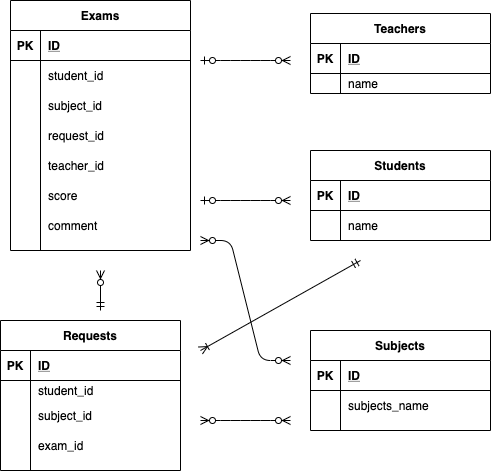
Earlier version of the draw.io export index.drawio.png (nakamura-jin/diagram). Source tidied: cells renumbered, new cells last; positions are measured from the earlier drawing's top-left corner, leaving out a move shared by most shapes.
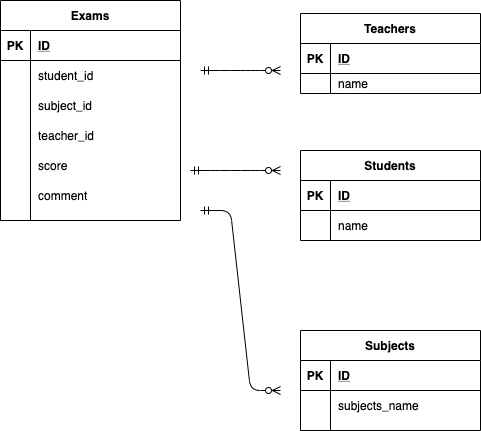
Later version of the same file.

Change to the diagram source:
```diff
@@ -65,47 +65,8 @@
     <mxCell id="22" value="subjects_name" style="shape=partialRectangle;fillColor=none;top=0;left=0;bottom=0;right=0;align=left;spacingLeft=6;overflow=hidden;" parent="20" vertex="1">
       <mxGeometry x="30" width="150" height="30" as="geometry" />
     </mxCell>
-    <mxCell id="23" value="Requests" style="shape=table;startSize=30;rowLines=0;fontStyle=1;align=center;" parent="1" vertex="1">
-      <mxGeometry y="320" width="180" height="150" as="geometry" />
-    </mxCell>
-    <mxCell id="24" style="shape=partialRectangle;fillColor=none;top=0;left=0;bottom=1;right=0;" parent="23" vertex="1">
-      <mxGeometry y="30" width="180" height="30" as="geometry" />
-    </mxCell>
-    <mxCell id="25" value="PK" style="shape=partialRectangle;fillColor=none;top=0;left=0;bottom=0;right=0;fontStyle=1;overflow=hidden;" parent="24" vertex="1">
-      <mxGeometry width="30" height="30" as="geometry" />
-    </mxCell>
-    <mxCell id="26" value="ID" style="shape=partialRectangle;fillColor=none;top=0;left=0;bottom=0;right=0;align=left;spacingLeft=6;fontStyle=5;overflow=hidden;" parent="24" vertex="1">
-      <mxGeometry x="30" width="150" height="30" as="geometry" />
-    </mxCell>
-    <mxCell id="27" style="shape=partialRectangle;fillColor=none;top=0;left=0;bottom=0;right=0;" parent="23" vertex="1">
-      <mxGeometry y="60" width="180" height="20" as="geometry" />
-    </mxCell>
-    <mxCell id="28" style="shape=partialRectangle;fillColor=none;top=0;left=0;bottom=0;right=0;overflow=hidden;" parent="27" vertex="1">
-      <mxGeometry width="30" height="20" as="geometry" />
-    </mxCell>
-    <mxCell id="29" value="student_id" style="shape=partialRectangle;fillColor=none;top=0;left=0;bottom=0;right=0;align=left;spacingLeft=6;overflow=hidden;" parent="27" vertex="1">
-      <mxGeometry x="30" width="150" height="20" as="geometry" />
-    </mxCell>
-    <mxCell id="30" style="shape=partialRectangle;fillColor=none;top=0;left=0;bottom=0;right=0;" parent="23" vertex="1">
-      <mxGeometry y="80" width="180" height="30" as="geometry" />
-    </mxCell>
-    <mxCell id="31" style="shape=partialRectangle;fillColor=none;top=0;left=0;bottom=0;right=0;overflow=hidden;" parent="30" vertex="1">
-      <mxGeometry width="30" height="30" as="geometry" />
-    </mxCell>
-    <mxCell id="32" value="subject_id" style="shape=partialRectangle;fillColor=none;top=0;left=0;bottom=0;right=0;align=left;spacingLeft=6;overflow=hidden;" parent="30" vertex="1">
-      <mxGeometry x="30" width="150" height="30" as="geometry" />
-    </mxCell>
-    <mxCell id="33" style="shape=partialRectangle;fillColor=none;top=0;left=0;bottom=0;right=0;" parent="23" vertex="1">
-      <mxGeometry y="110" width="180" height="30" as="geometry" />
-    </mxCell>
-    <mxCell id="34" style="shape=partialRectangle;fillColor=none;top=0;left=0;bottom=0;right=0;overflow=hidden;" parent="33" vertex="1">
-      <mxGeometry width="30" height="30" as="geometry" />
-    </mxCell>
-    <mxCell id="35" value="exam_id" style="shape=partialRectangle;fillColor=none;top=0;left=0;bottom=0;right=0;align=left;spacingLeft=6;overflow=hidden;" parent="33" vertex="1">
-      <mxGeometry x="30" width="150" height="30" as="geometry" />
-    </mxCell>
     <mxCell id="36" value="Exams" style="shape=table;startSize=30;rowLines=0;fontStyle=1;align=center;" parent="1" vertex="1">
-      <mxGeometry x="10" width="180" height="250" as="geometry" />
+      <mxGeometry x="10" width="180" height="220" as="geometry" />
     </mxCell>
     <mxCell id="37" style="shape=partialRectangle;fillColor=none;top=0;left=0;bottom=1;right=0;" parent="36" vertex="1">
       <mxGeometry y="30" width="180" height="30" as="geometry" />
@@ -134,17 +95,8 @@
     <mxCell id="45" value="subject_id" style="shape=partialRectangle;fillColor=none;top=0;left=0;bottom=0;right=0;align=left;spacingLeft=6;overflow=hidden;" parent="43" vertex="1">
       <mxGeometry x="30" width="150" height="30" as="geometry" />
     </mxCell>
-    <mxCell id="46" style="shape=partialRectangle;fillColor=none;top=0;left=0;bottom=0;right=0;" parent="36" vertex="1">
-      <mxGeometry y="120" width="180" height="30" as="geometry" />
-    </mxCell>
-    <mxCell id="47" style="shape=partialRectangle;fillColor=none;top=0;left=0;bottom=0;right=0;overflow=hidden;" parent="46" vertex="1">
-      <mxGeometry width="30" height="30" as="geometry" />
-    </mxCell>
-    <mxCell id="48" value="request_id" style="shape=partialRectangle;fillColor=none;top=0;left=0;bottom=0;right=0;align=left;spacingLeft=6;overflow=hidden;" parent="46" vertex="1">
-      <mxGeometry x="30" width="150" height="30" as="geometry" />
-    </mxCell>
     <mxCell id="49" style="shape=partialRectangle;fillColor=none;top=0;left=0;bottom=0;right=0;" parent="36" vertex="1">
-      <mxGeometry y="150" width="180" height="30" as="geometry" />
+      <mxGeometry y="120" width="180" height="30" as="geometry" />
     </mxCell>
     <mxCell id="50" style="shape=partialRectangle;fillColor=none;top=0;left=0;bottom=0;right=0;overflow=hidden;" parent="49" vertex="1">
       <mxGeometry width="30" height="30" as="geometry" />
@@ -153,7 +105,7 @@
       <mxGeometry x="30" width="150" height="30" as="geometry" />
     </mxCell>
     <mxCell id="52" style="shape=partialRectangle;fillColor=none;top=0;left=0;bottom=0;right=0;" parent="36" vertex="1">
-      <mxGeometry y="180" width="180" height="30" as="geometry" />
+      <mxGeometry y="150" width="180" height="30" as="geometry" />
     </mxCell>
     <mxCell id="53" style="shape=partialRectangle;fillColor=none;top=0;left=0;bottom=0;right=0;overflow=hidden;" parent="52" vertex="1">
       <mxGeometry width="30" height="30" as="geometry" />
@@ -162,7 +114,7 @@
       <mxGeometry x="30" width="150" height="30" as="geometry" />
     </mxCell>
     <mxCell id="55" style="shape=partialRectangle;fillColor=none;top=0;left=0;bottom=0;right=0;" parent="36" vertex="1">
-      <mxGeometry y="210" width="180" height="30" as="geometry" />
+      <mxGeometry y="180" width="180" height="30" as="geometry" />
     </mxCell>
     <mxCell id="56" style="shape=partialRectangle;fillColor=none;top=0;left=0;bottom=0;right=0;overflow=hidden;" parent="55" vertex="1">
       <mxGeometry width="30" height="30" as="geometry" />
@@ -170,41 +122,23 @@
     <mxCell id="57" value="comment" style="shape=partialRectangle;fillColor=none;top=0;left=0;bottom=0;right=0;align=left;spacingLeft=6;overflow=hidden;" parent="55" vertex="1">
       <mxGeometry x="30" width="150" height="30" as="geometry" />
     </mxCell>
-    <mxCell id="58" style="edgeStyle=entityRelationEdgeStyle;fontSize=12;html=1;endArrow=ERzeroToMany;startArrow=ERzeroToOne;" parent="1" edge="1">
-      <mxGeometry relative="1" as="geometry">
-        <mxPoint x="200" y="60" as="sourcePoint" />
-        <mxPoint x="290" y="60" as="targetPoint" />
-      </mxGeometry>
-    </mxCell>
-    <mxCell id="59" style="edgeStyle=entityRelationEdgeStyle;fontSize=12;html=1;endArrow=ERzeroToMany;startArrow=ERzeroToOne;" parent="1" edge="1">
-      <mxGeometry relative="1" as="geometry">
-        <mxPoint x="200" y="200" as="sourcePoint" />
-        <mxPoint x="290" y="200" as="targetPoint" />
-      </mxGeometry>
-    </mxCell>
-    <mxCell id="60" style="edgeStyle=entityRelationEdgeStyle;fontSize=12;html=1;endArrow=ERzeroToMany;endFill=1;startArrow=ERzeroToMany;" parent="1" edge="1">
-      <mxGeometry relative="1" as="geometry">
-        <mxPoint x="200" y="420" as="sourcePoint" />
-        <mxPoint x="290" y="420" as="targetPoint" />
-      </mxGeometry>
-    </mxCell>
-    <mxCell id="61" style="fontSize=12;html=1;endArrow=ERzeroToMany;startArrow=ERmandOne;" parent="1" edge="1">
-      <mxGeometry relative="1" as="geometry">
-        <mxPoint x="100" y="310" as="sourcePoint" />
-        <mxPoint x="100" y="270" as="targetPoint" />
-      </mxGeometry>
-    </mxCell>
-    <mxCell id="62" style="edgeStyle=entityRelationEdgeStyle;fontSize=12;html=1;endArrow=ERzeroToMany;endFill=1;startArrow=ERzeroToMany;" parent="1" edge="1">
-      <mxGeometry relative="1" as="geometry">
-        <mxPoint x="200" y="240" as="sourcePoint" />
-        <mxPoint x="290" y="360" as="targetPoint" />
-      </mxGeometry>
-    </mxCell>
-    <mxCell id="63" style="fontSize=12;html=1;endArrow=ERoneToMany;startArrow=ERmandOne;elbow=vertical;" parent="1" edge="1">
+    <mxCell id="63" style="edgeStyle=entityRelationEdgeStyle;fontSize=12;html=1;endArrow=ERzeroToMany;startArrow=ERmandOne;" parent="1" edge="1">
       <mxGeometry relative="1" as="geometry">
-        <mxPoint x="360" y="260" as="sourcePoint" />
-        <mxPoint x="200" y="350" as="targetPoint" />
+        <mxPoint x="200" y="170" as="sourcePoint" />
+        <mxPoint x="290" y="170" as="targetPoint" />
       </mxGeometry>
     </mxCell>
+    <mxCell id="64" style="edgeStyle=entityRelationEdgeStyle;fontSize=12;html=1;endArrow=ERzeroToMany;startArrow=ERmandOne;" parent="1" edge="1">
+      <mxGeometry relative="1" as="geometry">
+        <mxPoint x="210" y="210" as="sourcePoint" />
+        <mxPoint x="290" y="390" as="targetPoint" />
+      </mxGeometry>
+    </mxCell>
+    <mxCell id="65" style="edgeStyle=entityRelationEdgeStyle;fontSize=12;html=1;endArrow=ERzeroToMany;startArrow=ERmandOne;" parent="1" edge="1">
+      <mxGeometry relative="1" as="geometry">
+        <mxPoint x="210" y="70" as="sourcePoint" />
+        <mxPoint x="290" y="70" as="targetPoint" />
+      </mxGeometry>
+    </mxCell>
   </root>
 </mxGraphModel>
```
